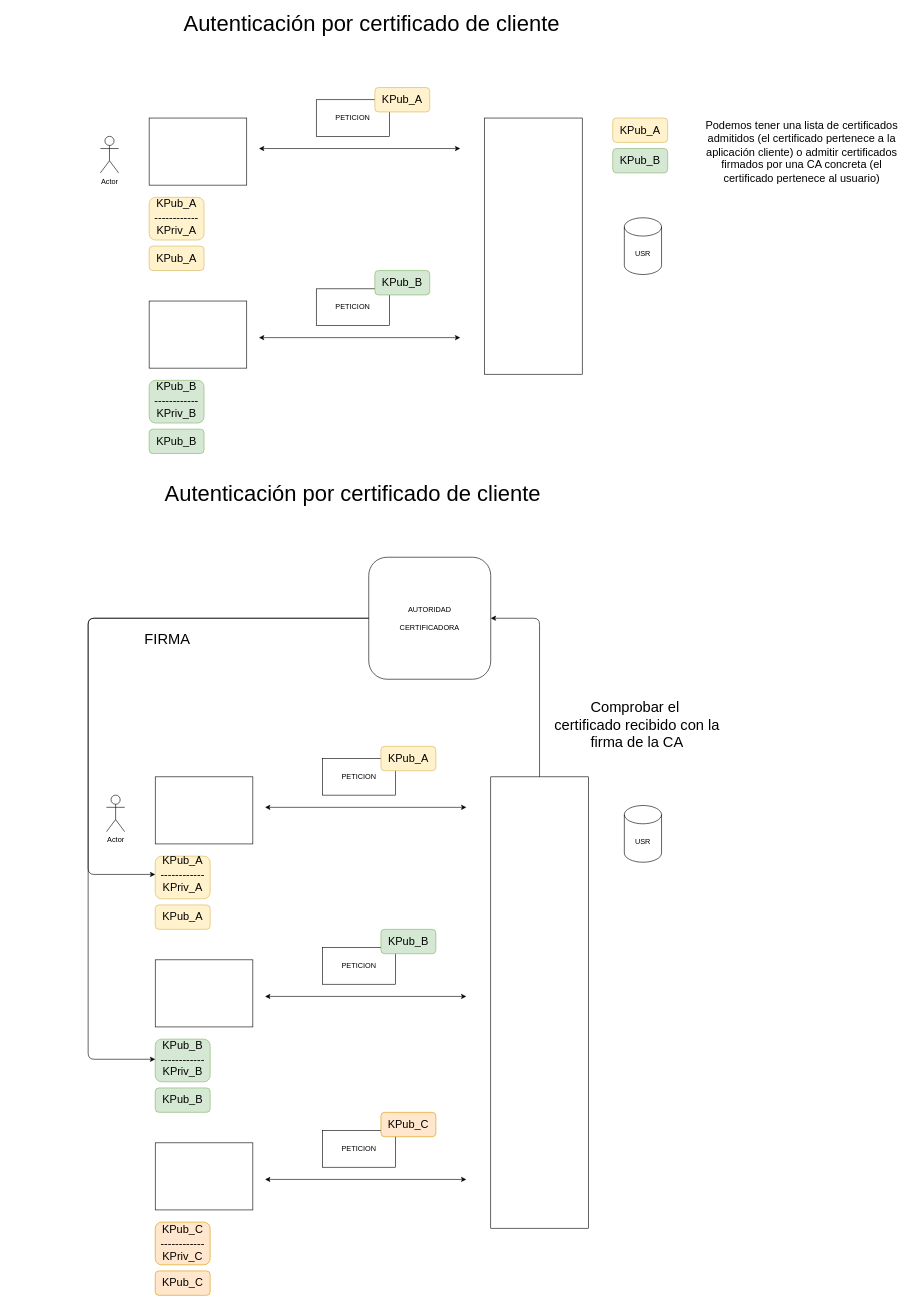
Earlier version of the draw.io diagram page "Página-24" (17 of 26) of seguridad.drawio (lrag/seguridad_java). Source tidied: cells renumbered, new cells numbered last; positions are measured from the earlier drawing's top-left corner, leaving out a move shared by most shapes. Both pictures are drawn from the tidied source at 61%, with x=0, y=0 at pixel (81, 14).
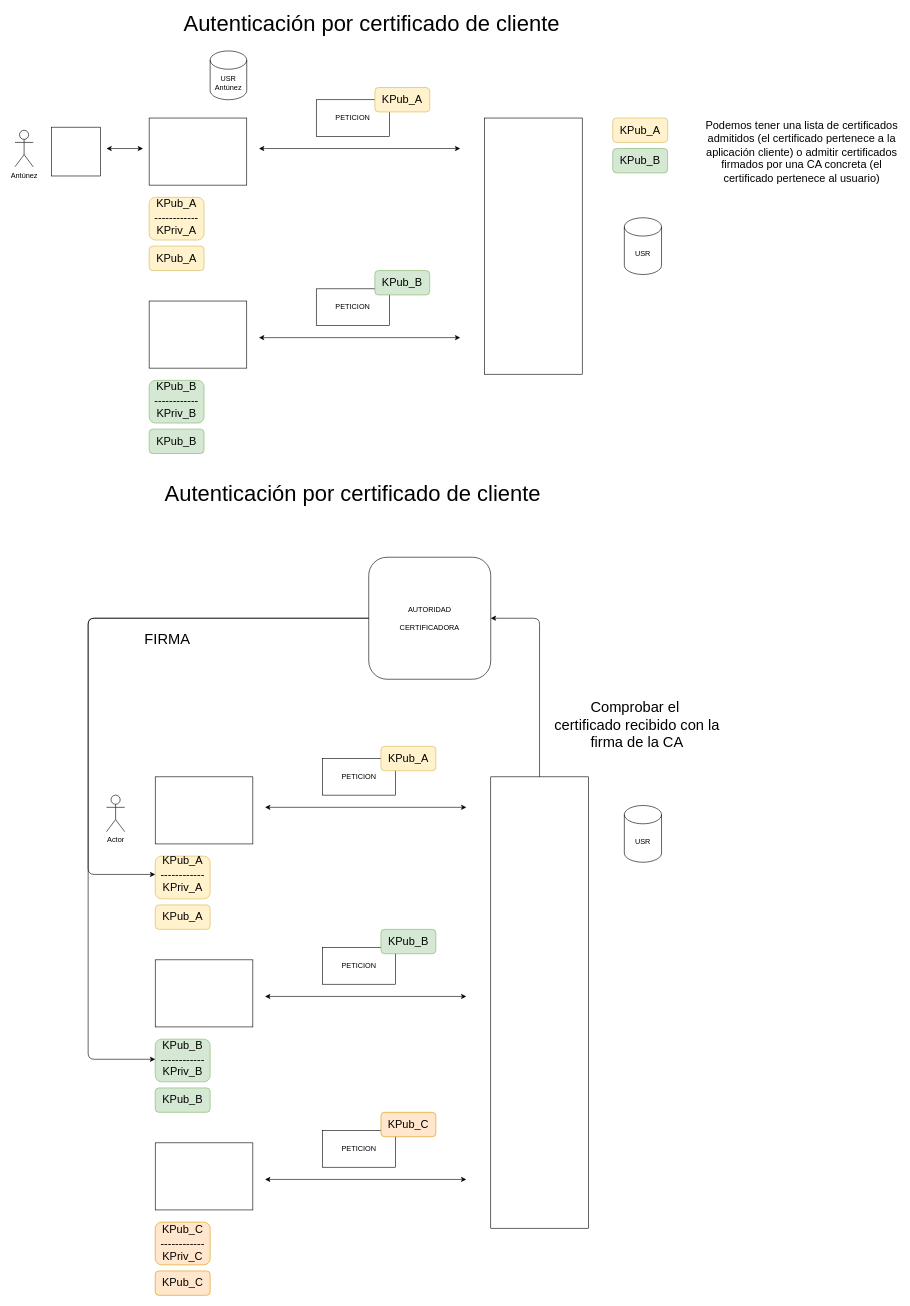
The same page after the edit.

Diff of the diagram source:
```diff
@@
-    <mxCell id="12" value="Actor" style="shape=umlActor;verticalLabelPosition=bottom;verticalAlign=top;html=1;fontSize=12;" parent="1" vertex="1">
-      <mxGeometry x="31" y="200" width="30" height="60" as="geometry" />
+    <mxCell id="12" value="Antúnez" style="shape=umlActor;verticalLabelPosition=bottom;verticalAlign=top;html=1;fontSize=12;" parent="1" vertex="1">
+      <mxGeometry x="-109" y="190" width="30" height="60" as="geometry" />
     </mxCell>
@@
+    <mxCell id="63" value="USR&lt;br&gt;Antúnez" style="shape=cylinder3;whiteSpace=wrap;html=1;boundedLbl=1;backgroundOutline=1;size=15;" parent="1" vertex="1">
+      <mxGeometry x="211" y="60" width="60" height="80" as="geometry" />
+    </mxCell>
+    <mxCell id="64" style="rounded=0;whiteSpace=wrap;html=1;" parent="1" vertex="1">
+      <mxGeometry x="-49" y="185" width="80" height="80" as="geometry" />
+    </mxCell>
+    <mxCell id="65" style="endArrow=classic;startArrow=classic;html=1;rounded=0;fontSize=12;" parent="1" edge="1">
+      <mxGeometry relative="1" as="geometry">
+        <mxPoint x="41" y="220" as="sourcePoint" />
+        <mxPoint x="101" y="220" as="targetPoint" />
+      </mxGeometry>
+    </mxCell>
```
